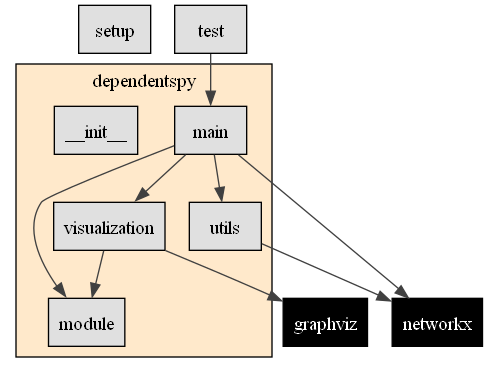
This is dependentspy-test.gv.png from raihensen/dependentspy, a Graphviz export, as it was before one commit. Its source is kept beside it as dependentspy-test.gv.
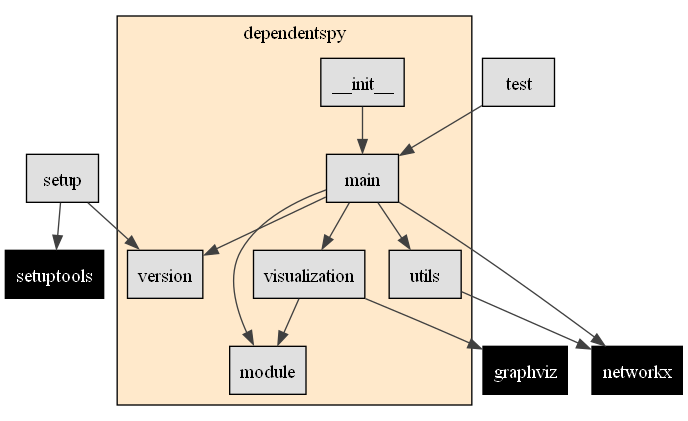
The same file after the commit.

What changed in the source:
```diff
@@ -3,20 +3,26 @@
 	test [label=test fillcolor="#e0e0e0" shape=rect style=filled type=project]
 	graphviz [label=graphviz fillcolor=black fontcolor=white shape=rect style=filled type="3rdparty"]
 	networkx [label=networkx fillcolor=black fontcolor=white shape=rect style=filled type="3rdparty"]
+	setuptools [label=setuptools fillcolor=black fontcolor=white shape=rect style=filled type="3rdparty"]
 	subgraph "cluster[dependentspy]" {
 		fillcolor="0.098,0.800,1.000,.25" label=dependentspy style=filled
+		"dependentspy.__init__" [label=__init__ fillcolor="#e0e0e0" shape=rect style=filled type=project]
 		"dependentspy.main" [label=main fillcolor="#e0e0e0" shape=rect style=filled type=project]
 		"dependentspy.module" [label=module fillcolor="#e0e0e0" shape=rect style=filled type=project]
 		"dependentspy.utils" [label=utils fillcolor="#e0e0e0" shape=rect style=filled type=project]
+		"dependentspy.version" [label=version fillcolor="#e0e0e0" shape=rect style=filled type=project]
 		"dependentspy.visualization" [label=visualization fillcolor="#e0e0e0" shape=rect style=filled type=project]
-		"dependentspy.__init__" [label=__init__ fillcolor="#e0e0e0" shape=rect style=filled type=project]
 	}
+	"dependentspy.__init__" -> "dependentspy.main" [color="#404040" penwidth=1 type=import]
+	"dependentspy.main" -> "dependentspy.module" [color="#404040" penwidth=1 type=import]
+	"dependentspy.main" -> "dependentspy.utils" [color="#404040" penwidth=1 type=import]
+	"dependentspy.main" -> "dependentspy.version" [color="#404040" penwidth=1 type=import]
+	"dependentspy.main" -> "dependentspy.visualization" [color="#404040" penwidth=1 type=import]
+	"dependentspy.main" -> networkx [color="#404040" penwidth=1 type=import]
+	"dependentspy.utils" -> networkx [color="#404040" penwidth=1 type=import]
+	"dependentspy.visualization" -> "dependentspy.module" [color="#404040" penwidth=1 type=import]
+	"dependentspy.visualization" -> graphviz [color="#404040" penwidth=1 type=import]
+	setup -> "dependentspy.version" [color="#404040" penwidth=1 type=import]
+	setup -> setuptools [color="#404040" penwidth=1 type=import]
 	test -> "dependentspy.main" [color="#404040" penwidth=1 type=import]
-	"dependentspy.main" -> networkx [color="#404040" penwidth=1 type=import]
-	"dependentspy.main" -> "dependentspy.utils" [color="#404040" penwidth=1 type=import]
-	"dependentspy.main" -> "dependentspy.visualization" [color="#404040" penwidth=1 type=import]
-	"dependentspy.main" -> "dependentspy.module" [color="#404040" penwidth=1 type=import]
-	"dependentspy.utils" -> networkx [color="#404040" penwidth=1 type=import]
-	"dependentspy.visualization" -> graphviz [color="#404040" penwidth=1 type=import]
-	"dependentspy.visualization" -> "dependentspy.module" [color="#404040" penwidth=1 type=import]
 }
```
